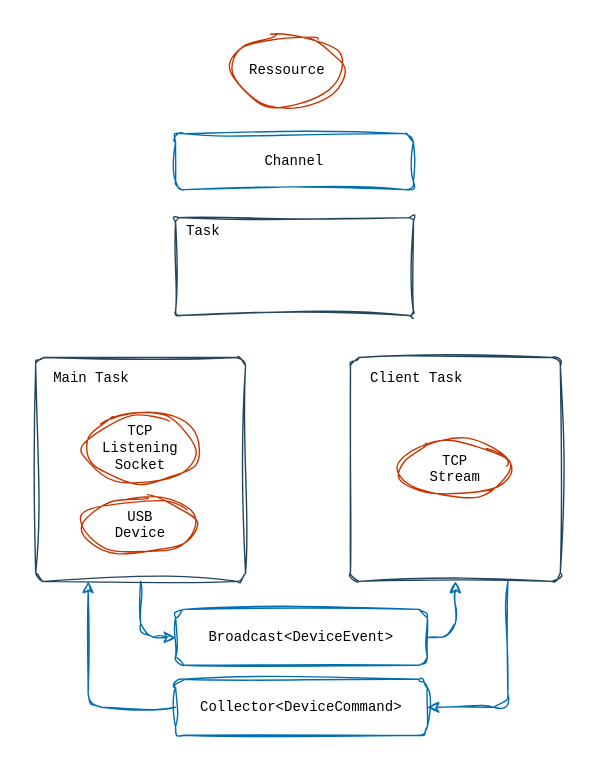
Earlier version of the draw.io export images/mt21-server-architecture.drawio.svg (barafael/intro-course). Source tidied: cells renumbered, new cells last; positions are measured from the earlier drawing's top-left corner, leaving out a move shared by most shapes.
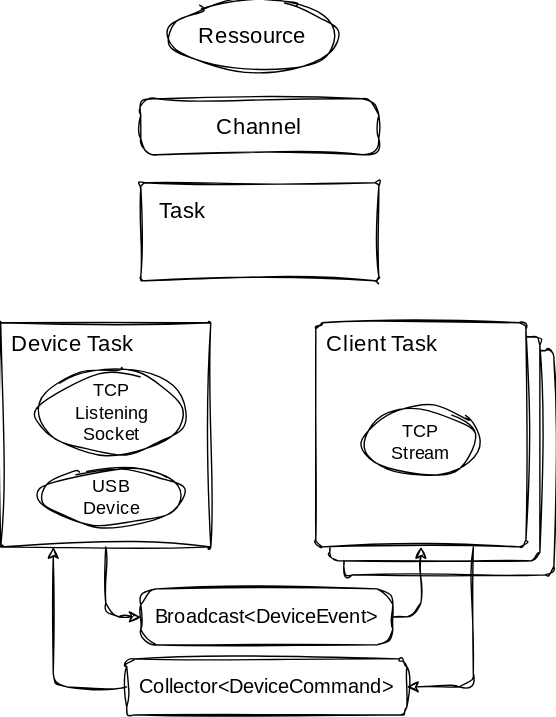
The same file after the commit.

Change to the diagram source:
```diff
@@ -2,56 +2,62 @@
   <root>
     <mxCell id="0" />
     <mxCell id="1" parent="0" />
-    <mxCell id="2" style="edgeStyle=orthogonalEdgeStyle;rounded=1;jettySize=auto;html=1;exitX=0.75;exitY=1;exitDx=0;exitDy=0;entryX=1;entryY=0.5;entryDx=0;entryDy=0;fontFamily=Courier New;fontSize=10;sketch=1;curveFitting=1;jiggle=2;fillColor=#1ba1e2;strokeColor=#006EAF;" parent="1" edge="1" source="3" target="14">
-      <mxGeometry relative="1" as="geometry" />
-    </mxCell>
+    <mxCell id="19" style="rounded=1;whiteSpace=wrap;html=1;arcSize=4;fontFamily=Architects Daughter;fontSize=14;sketch=1;curveFitting=1;jiggle=2;" parent="1" vertex="1">
+      <mxGeometry x="245" y="250" width="150" height="160" as="geometry" />
+    </mxCell>
+    <mxCell id="20" style="rounded=1;whiteSpace=wrap;html=1;arcSize=4;fontFamily=Architects Daughter;fontSize=14;sketch=1;curveFitting=1;jiggle=2;" parent="1" vertex="1">
+      <mxGeometry x="235" y="240" width="150" height="160" as="geometry" />
+    </mxCell>
-    <mxCell id="3" style="rounded=1;whiteSpace=wrap;html=1;arcSize=4;fontFamily=Courier New;fontSize=10;sketch=1;curveFitting=1;jiggle=2;fillColor=none;strokeColor=#23445d;" parent="1" vertex="1">
+    <mxCell id="3" style="rounded=1;whiteSpace=wrap;html=1;arcSize=3;fontFamily=Architects Daughter;fontSize=14;sketch=1;curveFitting=1;jiggle=2;" parent="1" vertex="1">
       <mxGeometry x="225" y="230" width="150" height="160" as="geometry" />
     </mxCell>
-    <mxCell id="4" style="edgeStyle=orthogonalEdgeStyle;rounded=1;jettySize=auto;html=1;exitX=0.5;exitY=1;exitDx=0;exitDy=0;entryX=0;entryY=0.5;entryDx=0;entryDy=0;fontFamily=Courier New;fontSize=10;sketch=1;curveFitting=1;jiggle=2;fillColor=#1ba1e2;strokeColor=#006EAF;" parent="1" edge="1" source="5" target="12">
-      <mxGeometry relative="1" as="geometry" />
-    </mxCell>
-    <mxCell id="5" style="rounded=1;whiteSpace=wrap;html=1;arcSize=4;fontFamily=Courier New;fontSize=10;sketch=1;curveFitting=1;jiggle=2;fillColor=none;strokeColor=#23445d;" parent="1" vertex="1">
+    <mxCell id="5" style="rounded=1;whiteSpace=wrap;html=1;arcSize=0;fontFamily=Architects Daughter;fontSize=14;sketch=1;curveFitting=1;jiggle=2;" parent="1" vertex="1">
       <mxGeometry y="230" width="150" height="160" as="geometry" />
     </mxCell>
-    <mxCell id="6" value="&lt;font style=&quot;font-size: 10px;&quot;&gt;TCP&lt;br style=&quot;font-size: 10px;&quot;&gt;Listening&lt;br style=&quot;font-size: 10px;&quot;&gt;Socket&lt;/font&gt;" style="ellipse;whiteSpace=wrap;html=1;fontFamily=Courier New;fontSize=10;sketch=1;curveFitting=1;jiggle=2;rounded=1;fillColor=none;fontColor=#000000;strokeColor=#C73500;" parent="1" vertex="1">
-      <mxGeometry x="35" y="270" width="80" height="50" as="geometry" />
+    <mxCell id="6" value="&lt;font style=&quot;font-size: 13px;&quot;&gt;TCP&lt;br style=&quot;font-size: 13px;&quot;&gt;Listening&lt;br style=&quot;font-size: 13px;&quot;&gt;Socket&lt;/font&gt;" style="ellipse;whiteSpace=wrap;html=1;fontFamily=Architects Daughter;fontSize=13;sketch=1;curveFitting=1;jiggle=2;rounded=1;" parent="1" vertex="1">
+      <mxGeometry x="27.5" y="264" width="102.5" height="60" as="geometry" />
     </mxCell>
-    <mxCell id="7" value="&lt;font style=&quot;font-size: 10px;&quot;&gt;Main Task&lt;/font&gt;" style="text;html=1;align=center;verticalAlign=middle;whiteSpace=wrap;rounded=1;fontFamily=Courier New;fontSize=10;sketch=1;curveFitting=1;jiggle=2;" parent="1" vertex="1">
-      <mxGeometry y="230" width="80" height="30" as="geometry" />
+    <mxCell id="7" value="&lt;font style=&quot;font-size: 16px;&quot;&gt;Device Task&lt;/font&gt;" style="text;html=1;align=center;verticalAlign=middle;whiteSpace=wrap;rounded=1;fontFamily=Architects Daughter;fontSize=16;sketch=1;curveFitting=1;jiggle=2;" parent="1" vertex="1">
+      <mxGeometry x="3" y="230" width="97" height="30" as="geometry" />
     </mxCell>
-    <mxCell id="8" value="&lt;font style=&quot;font-size: 10px;&quot;&gt;&lt;span style=&quot;font-size: 10px;&quot;&gt;USB&lt;br style=&quot;font-size: 10px;&quot;&gt;Device&lt;/span&gt;&lt;/font&gt;" style="ellipse;whiteSpace=wrap;html=1;fontFamily=Courier New;fontSize=10;sketch=1;curveFitting=1;jiggle=2;rounded=1;fillColor=none;fontColor=#000000;strokeColor=#C73500;" parent="1" vertex="1">
-      <mxGeometry x="35" y="330" width="80" height="40" as="geometry" />
+    <mxCell id="8" value="&lt;font style=&quot;font-size: 13px;&quot;&gt;&lt;span style=&quot;font-size: 13px;&quot;&gt;USB&lt;br style=&quot;font-size: 13px;&quot;&gt;Device&lt;/span&gt;&lt;/font&gt;" style="ellipse;whiteSpace=wrap;html=1;fontFamily=Architects Daughter;fontSize=13;sketch=1;curveFitting=1;jiggle=2;rounded=1;" parent="1" vertex="1">
+      <mxGeometry x="27.5" y="334" width="102.5" height="40" as="geometry" />
     </mxCell>
-    <mxCell id="9" value="&lt;font style=&quot;font-size: 10px;&quot;&gt;&lt;span style=&quot;font-size: 10px;&quot;&gt;TCP&lt;br style=&quot;font-size: 10px;&quot;&gt;Stream&lt;/span&gt;&lt;/font&gt;" style="ellipse;whiteSpace=wrap;html=1;fontFamily=Courier New;fontSize=10;sketch=1;curveFitting=1;jiggle=2;rounded=1;fillColor=none;fontColor=#000000;strokeColor=#C73500;" parent="1" vertex="1">
-      <mxGeometry x="260" y="290" width="80" height="40" as="geometry" />
+    <mxCell id="9" value="&lt;font style=&quot;font-size: 13px;&quot;&gt;&lt;span style=&quot;font-size: 13px;&quot;&gt;TCP&lt;br style=&quot;font-size: 13px;&quot;&gt;Stream&lt;/span&gt;&lt;/font&gt;" style="ellipse;whiteSpace=wrap;html=1;fontFamily=Architects Daughter;fontSize=13;sketch=1;curveFitting=1;jiggle=2;rounded=1;" parent="1" vertex="1">
+      <mxGeometry x="260" y="290" width="80" height="50" as="geometry" />
     </mxCell>
-    <mxCell id="10" value="&lt;font style=&quot;font-size: 10px;&quot;&gt;Client Task&lt;/font&gt;" style="text;html=1;align=center;verticalAlign=middle;whiteSpace=wrap;rounded=1;fontFamily=Courier New;fontSize=10;sketch=1;curveFitting=1;jiggle=2;" parent="1" vertex="1">
+    <mxCell id="10" value="&lt;font style=&quot;font-size: 16px;&quot;&gt;Client Task&lt;/font&gt;" style="text;html=1;align=center;verticalAlign=middle;whiteSpace=wrap;rounded=1;fontFamily=Architects Daughter;fontSize=16;sketch=1;curveFitting=1;jiggle=2;" parent="1" vertex="1">
       <mxGeometry x="225" y="230" width="95" height="30" as="geometry" />
     </mxCell>
-    <mxCell id="11" style="edgeStyle=orthogonalEdgeStyle;rounded=1;jettySize=auto;html=1;exitX=1;exitY=0.5;exitDx=0;exitDy=0;fontFamily=Courier New;fontSize=10;sketch=1;curveFitting=1;jiggle=2;fillColor=#1ba1e2;strokeColor=#006EAF;" parent="1" edge="1" source="12" target="3">
+    <mxCell id="11" style="edgeStyle=orthogonalEdgeStyle;rounded=1;jettySize=auto;html=1;exitX=1;exitY=0.5;exitDx=0;exitDy=0;fontFamily=Architects Daughter;fontSize=14;sketch=1;curveFitting=1;jiggle=2;" parent="1" edge="1" source="12" target="3">
       <mxGeometry relative="1" as="geometry" />
     </mxCell>
-    <mxCell id="12" value="Broadcast&amp;lt;DeviceEvent&amp;gt;" style="rounded=1;whiteSpace=wrap;html=1;fontFamily=Courier New;fontSize=10;sketch=1;curveFitting=1;jiggle=2;fillColor=none;fontColor=#000000;strokeColor=#006EAF;" parent="1" vertex="1">
-      <mxGeometry x="100" y="410" width="180" height="40" as="geometry" />
+    <mxCell id="12" value="Broadcast&amp;lt;DeviceEvent&amp;gt;" style="rounded=1;whiteSpace=wrap;html=1;fontFamily=Architects Daughter;fontSize=14;sketch=1;curveFitting=1;jiggle=2;arcSize=28;" parent="1" vertex="1">
+      <mxGeometry x="100" y="420" width="180" height="40" as="geometry" />
     </mxCell>
-    <mxCell id="13" style="edgeStyle=orthogonalEdgeStyle;rounded=1;jettySize=auto;html=1;exitX=0;exitY=0.5;exitDx=0;exitDy=0;entryX=0.25;entryY=1;entryDx=0;entryDy=0;fontFamily=Courier New;fontSize=10;sketch=1;curveFitting=1;jiggle=2;fillColor=#1ba1e2;strokeColor=#006EAF;" parent="1" edge="1" source="14" target="5">
+    <mxCell id="13" style="edgeStyle=orthogonalEdgeStyle;rounded=1;jettySize=auto;html=1;exitX=0;exitY=0.5;exitDx=0;exitDy=0;entryX=0.25;entryY=1;entryDx=0;entryDy=0;fontFamily=Architects Daughter;fontSize=14;sketch=1;curveFitting=1;jiggle=2;" parent="1" edge="1" source="14" target="5">
       <mxGeometry relative="1" as="geometry" />
     </mxCell>
-    <mxCell id="14" value="Collector&amp;lt;DeviceCommand&amp;gt;" style="rounded=1;whiteSpace=wrap;html=1;fontFamily=Courier New;fontSize=10;sketch=1;curveFitting=1;jiggle=2;fillColor=none;fontColor=#000000;strokeColor=#006EAF;" parent="1" vertex="1">
-      <mxGeometry x="100" y="460" width="180" height="40" as="geometry" />
+    <mxCell id="14" value="Collector&amp;lt;DeviceCommand&amp;gt;" style="rounded=1;whiteSpace=wrap;html=1;fontFamily=Architects Daughter;fontSize=14;sketch=1;curveFitting=1;jiggle=2;arcSize=14;" parent="1" vertex="1">
+      <mxGeometry x="90" y="470" width="200" height="40" as="geometry" />
     </mxCell>
-    <mxCell id="15" value="Channel" style="rounded=1;whiteSpace=wrap;html=1;fontFamily=Courier New;fontSize=10;sketch=1;curveFitting=1;jiggle=2;fillColor=none;fontColor=#000000;strokeColor=#006EAF;" parent="1" vertex="1">
+    <mxCell id="15" value="Channel" style="rounded=1;whiteSpace=wrap;html=1;fontFamily=Architects Daughter;fontSize=16;sketch=1;curveFitting=1;jiggle=2;arcSize=29;" parent="1" vertex="1">
       <mxGeometry x="100" y="70" width="170" height="40" as="geometry" />
     </mxCell>
-    <mxCell id="16" value="Ressource" style="ellipse;whiteSpace=wrap;html=1;fontFamily=Courier New;fontSize=10;sketch=1;curveFitting=1;jiggle=2;rounded=1;fillColor=none;fontColor=#000000;strokeColor=#C73500;" parent="1" vertex="1">
-      <mxGeometry x="140" width="80" height="50" as="geometry" />
+    <mxCell id="16" value="Ressource" style="ellipse;whiteSpace=wrap;html=1;fontFamily=Architects Daughter;fontSize=16;sketch=1;curveFitting=1;jiggle=2;rounded=1;" parent="1" vertex="1">
+      <mxGeometry x="120" width="120" height="50" as="geometry" />
     </mxCell>
-    <mxCell id="17" style="rounded=1;whiteSpace=wrap;html=1;arcSize=4;fontFamily=Courier New;fontSize=10;sketch=1;curveFitting=1;jiggle=2;fillColor=none;strokeColor=#23445d;" parent="1" vertex="1">
+    <mxCell id="17" style="rounded=1;whiteSpace=wrap;html=1;arcSize=4;fontFamily=Architects Daughter;fontSize=14;sketch=1;curveFitting=1;jiggle=2;" parent="1" vertex="1">
       <mxGeometry x="100" y="130" width="170" height="70" as="geometry" />
     </mxCell>
-    <mxCell id="18" value="&lt;font style=&quot;font-size: 10px;&quot;&gt;Task&lt;/font&gt;" style="text;html=1;align=center;verticalAlign=middle;whiteSpace=wrap;rounded=1;fontFamily=Courier New;fontSize=10;sketch=1;curveFitting=1;jiggle=2;" parent="1" vertex="1">
-      <mxGeometry x="100" y="130" width="40" height="20" as="geometry" />
+    <mxCell id="18" value="&lt;font style=&quot;font-size: 16px;&quot;&gt;Task&lt;/font&gt;" style="text;html=1;align=center;verticalAlign=middle;whiteSpace=wrap;rounded=1;fontFamily=Architects Daughter;fontSize=16;sketch=1;curveFitting=1;jiggle=2;" parent="1" vertex="1">
+      <mxGeometry x="110" y="140" width="40" height="20" as="geometry" />
     </mxCell>
+    <mxCell id="4" style="edgeStyle=orthogonalEdgeStyle;rounded=1;jettySize=auto;html=1;exitX=0.5;exitY=1;exitDx=0;exitDy=0;entryX=0;entryY=0.5;entryDx=0;entryDy=0;fontFamily=Architects Daughter;fontSize=14;sketch=1;curveFitting=1;jiggle=2;" parent="1" edge="1" source="5" target="12">
+      <mxGeometry relative="1" as="geometry" />
+    </mxCell>
+    <mxCell id="2" style="edgeStyle=orthogonalEdgeStyle;rounded=1;jettySize=auto;html=1;exitX=0.75;exitY=1;exitDx=0;exitDy=0;entryX=1;entryY=0.5;entryDx=0;entryDy=0;fontFamily=Architects Daughter;fontSize=14;sketch=1;curveFitting=1;jiggle=2;" parent="1" edge="1" source="3" target="14">
+      <mxGeometry relative="1" as="geometry" />
+    </mxCell>
   </root>
 </mxGraphModel>
```
